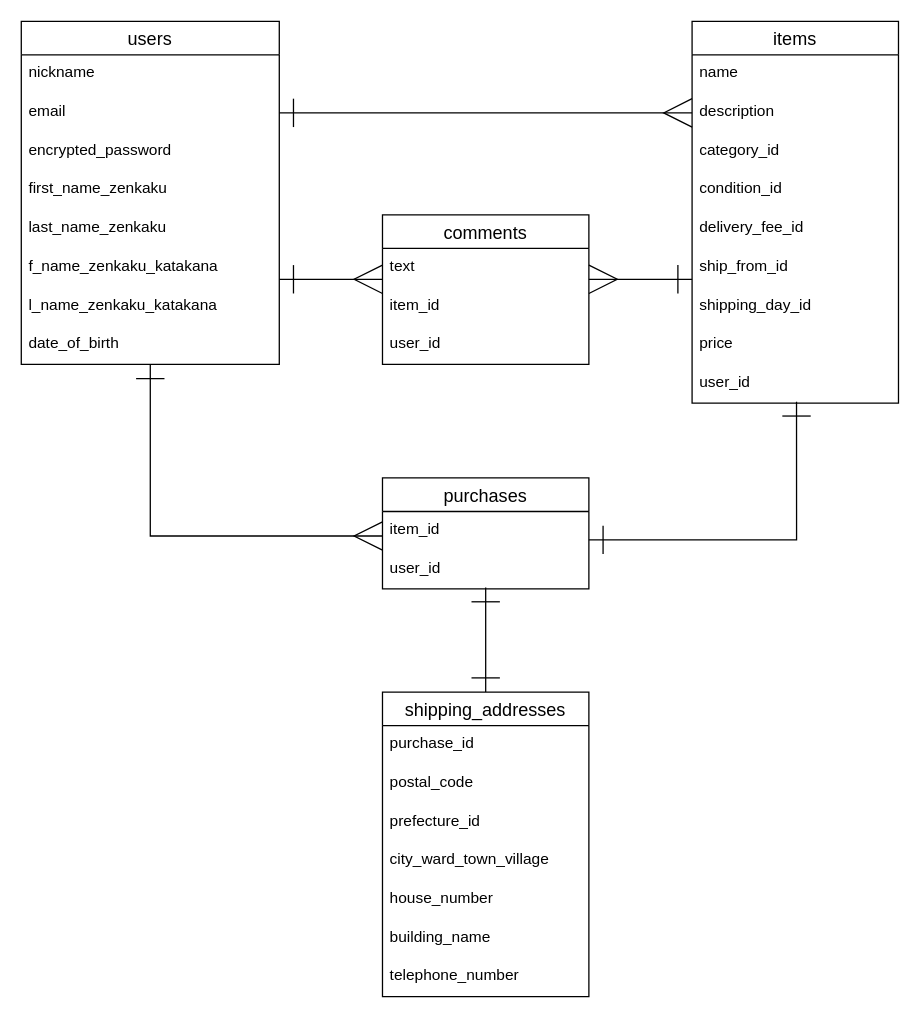
This is ER.dio from murataholic/furima-36027, a draw.io file, before an edit. Source tidied: cells renumbered, new cells numbered last; positions are measured from the earlier drawing's top-left corner, leaving out a move shared by most shapes. Both pictures are drawn from the tidied source at 129%, with x=0, y=0 at pixel (21, 21).
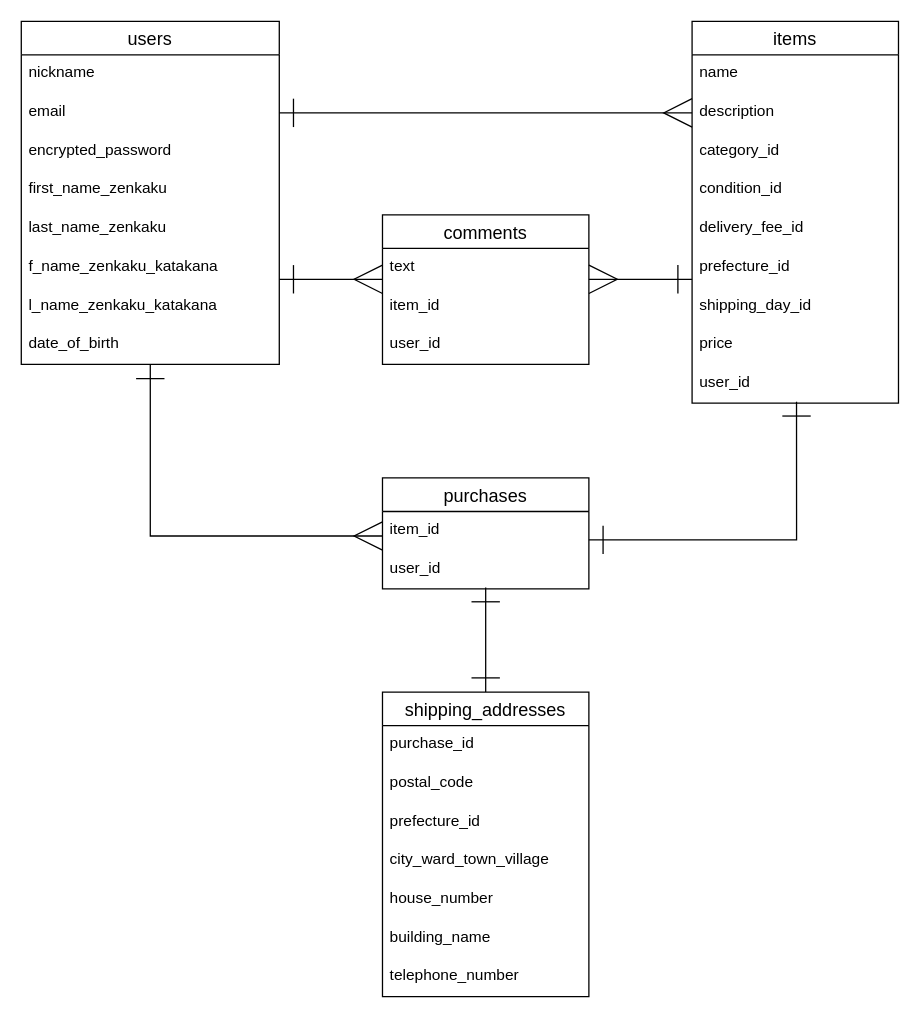
The same diagram, later.

Commit message (it also covers changes not shown here):
データベースの記述（修正４回目）

The change refers to these unchanged cells:
```xml
<mxCell id="11" value="items" style="swimlane;fontStyle=0;horizontal=1;startSize=26;align=center;fontSize=14;" parent="1" vertex="1">
  <mxGeometry x="520" width="160" height="296" as="geometry" />
</mxCell>
```

The edit, as a diff of the source:
```diff
@@
-    <mxCell id="17" value="ship_from_id" style="text;strokeColor=none;fillColor=none;spacingLeft=4;spacingRight=4;overflow=hidden;fontSize=12;" parent="11" vertex="1">
+    <mxCell id="17" value="prefecture_id" style="text;strokeColor=none;fillColor=none;spacingLeft=4;spacingRight=4;overflow=hidden;fontSize=12;" parent="11" vertex="1">
       <mxGeometry y="176" width="160" height="30" as="geometry" />
     </mxCell>
```
